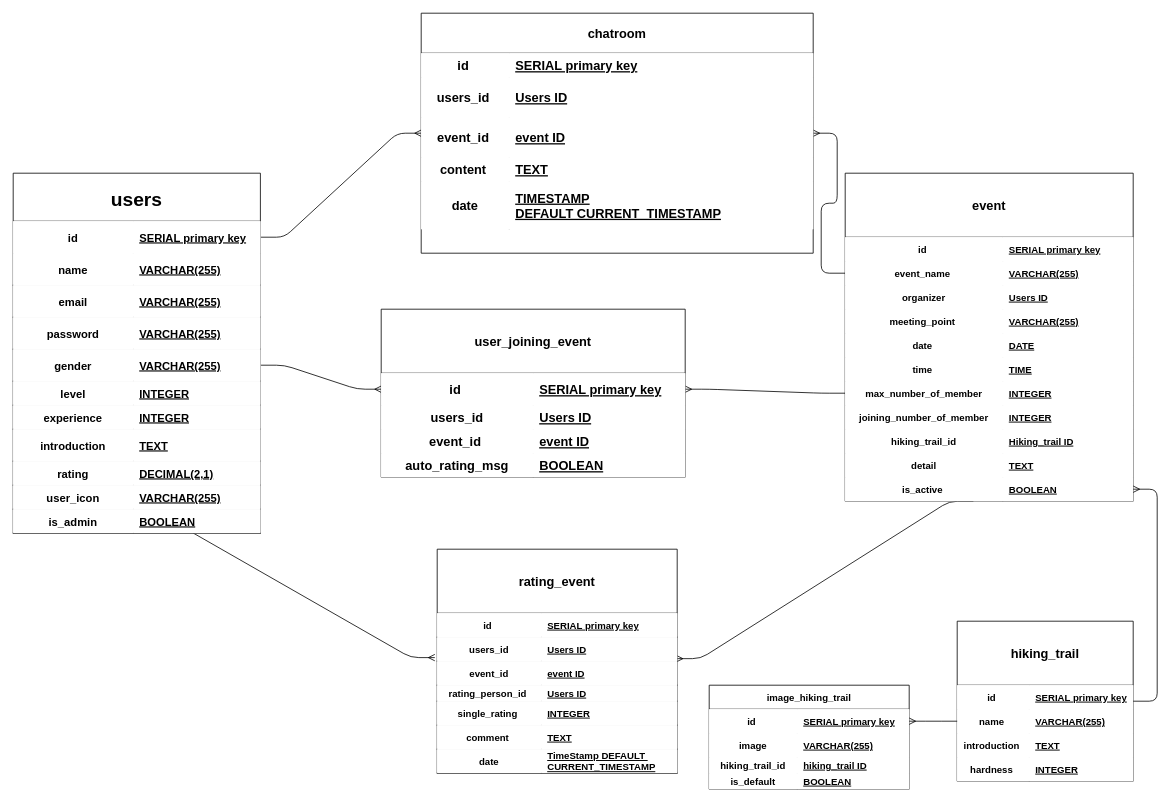
timven2004/letsHike keeps this draw.io diagram as ERD/ERD.drawio. Above is the earlier version. Source tidied: cells renumbered, new cells numbered last; positions are measured from the earlier drawing's top-left corner, leaving out a move shared by most shapes. Both pictures are drawn from the tidied source at 80%, with x=0, y=0 at pixel (13, 13).
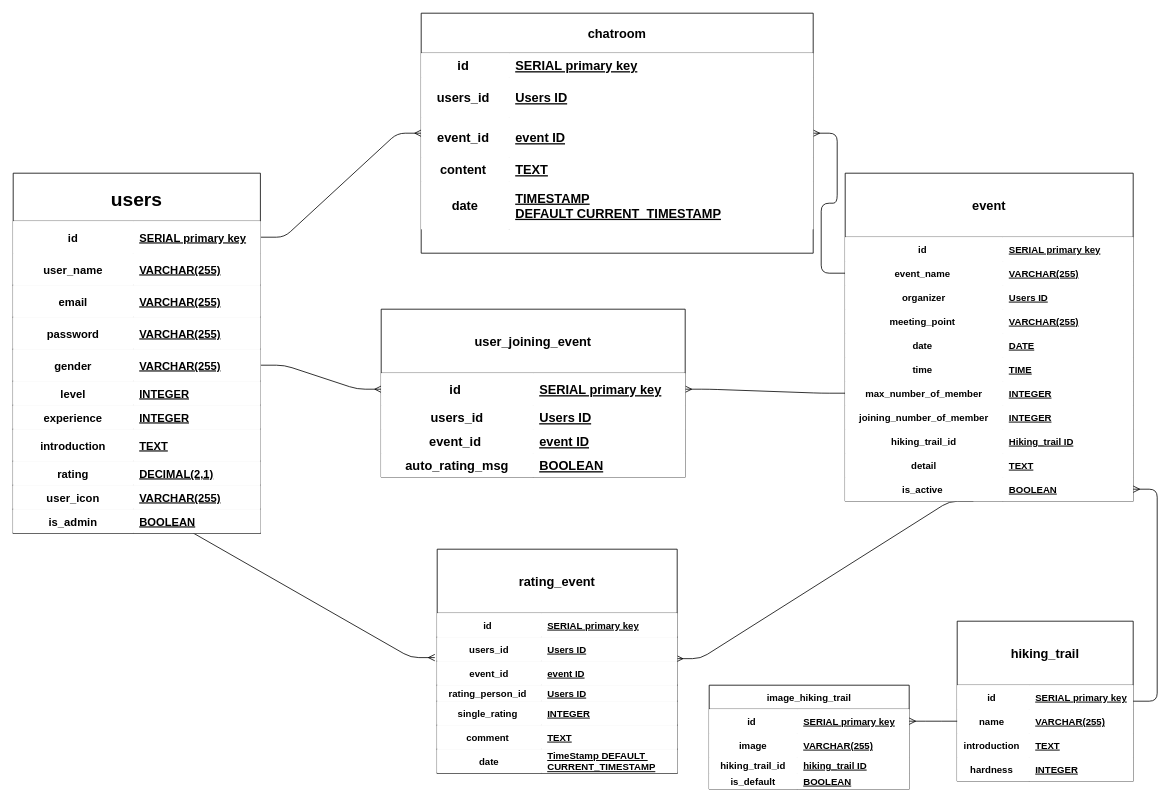
Above is the later version.

The change refers to these unchanged cells:
```xml
<mxCell id="12" style="shape=partialRectangle;top=0;left=0;bottom=1;right=0;fontSize=14;" parent="8" vertex="1">
  <mxGeometry y="100" width="309" height="40" as="geometry" />
</mxCell>
```

Change to the diagram source:
```diff
@@
-    <mxCell id="13" value="name" style="shape=partialRectangle;top=0;left=0;bottom=0;right=0;fontStyle=1;overflow=hidden;fontSize=14;" parent="12" vertex="1">
+    <mxCell id="13" value="user_name" style="shape=partialRectangle;top=0;left=0;bottom=0;right=0;fontStyle=1;overflow=hidden;fontSize=14;" parent="12" vertex="1">
       <mxGeometry width="150" height="40" as="geometry" />
     </mxCell>
```
